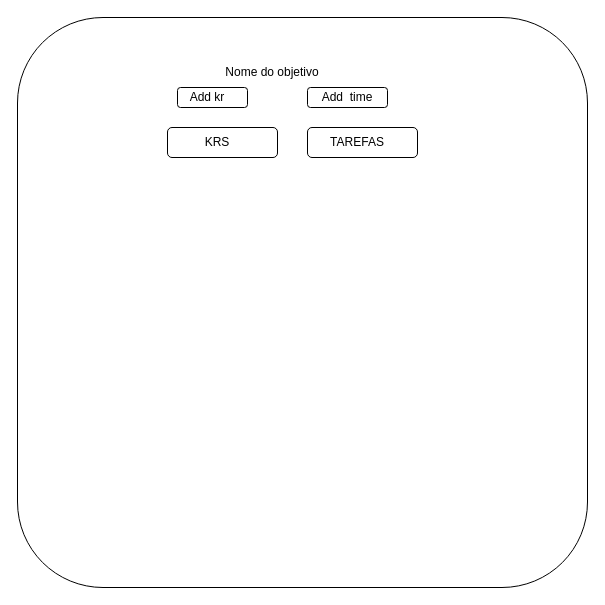
Earlier version of the draw.io diagram page "Página-3" (3 of 3) of docs/modelagem.drawio (Nurv-Holding/beehive). Source tidied: cells renumbered, new cells numbered last; positions are measured from the earlier drawing's top-left corner, leaving out a move shared by most shapes. Both pictures are drawn from the tidied source at 100%, with x=0, y=0 at pixel (17, 17).
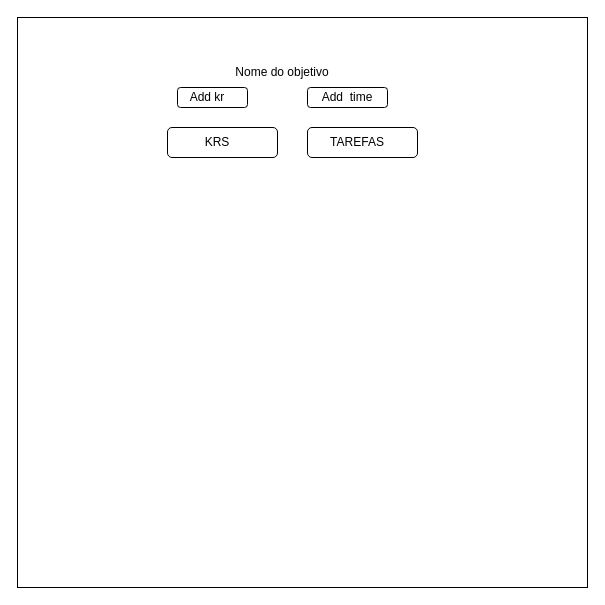
After the change.

Diff of the diagram source:
```diff
@@
 <mxGraphModel>
   <root>
     <mxCell id="0" />
     <mxCell id="1" parent="0" />
-    <mxCell id="2" style="whiteSpace=wrap;html=1;rounded=1;" parent="1" vertex="1">
+    <mxCell id="2" style="whiteSpace=wrap;html=1;rounded=0;fillColor=default;gradientColor=none;shadow=0;sketch=0;glass=0;" parent="1" vertex="1">
       <mxGeometry width="570" height="570" as="geometry" />
     </mxCell>
     <mxCell id="3" value="Nome do objetivo" style="text;html=1;strokeColor=none;fillColor=none;align=center;verticalAlign=middle;whiteSpace=wrap;rounded=0;" parent="1" vertex="1">
-      <mxGeometry x="160" y="40" width="190" height="30" as="geometry" />
+      <mxGeometry x="170" y="40" width="190" height="30" as="geometry" />
     </mxCell>
     <mxCell id="4" style="rounded=1;whiteSpace=wrap;html=1;" parent="1" vertex="1">
       <mxGeometry x="160" y="70" width="70" height="20" as="geometry" />
     </mxCell>
     <mxCell id="5" style="rounded=1;whiteSpace=wrap;html=1;" parent="1" vertex="1">
       <mxGeometry x="290" y="70" width="80" height="20" as="geometry" />
     </mxCell>
     <mxCell id="6" value="Add kr" style="text;html=1;strokeColor=none;fillColor=none;align=center;verticalAlign=middle;whiteSpace=wrap;rounded=0;" parent="1" vertex="1">
       <mxGeometry x="160" y="65" width="60" height="30" as="geometry" />
     </mxCell>
     <mxCell id="7" value="Add&amp;nbsp; time" style="text;html=1;strokeColor=none;fillColor=none;align=center;verticalAlign=middle;whiteSpace=wrap;rounded=0;" parent="1" vertex="1">
       <mxGeometry x="300" y="65" width="60" height="30" as="geometry" />
     </mxCell>
     <mxCell id="8" style="rounded=1;whiteSpace=wrap;html=1;" parent="1" vertex="1">
       <mxGeometry x="150" y="110" width="110" height="30" as="geometry" />
     </mxCell>
     <mxCell id="9" style="rounded=1;whiteSpace=wrap;html=1;" parent="1" vertex="1">
       <mxGeometry x="290" y="110" width="110" height="30" as="geometry" />
     </mxCell>
     <mxCell id="10" value="KRS" style="text;html=1;strokeColor=none;fillColor=none;align=center;verticalAlign=middle;whiteSpace=wrap;rounded=0;" parent="1" vertex="1">
       <mxGeometry x="170" y="110" width="60" height="30" as="geometry" />
     </mxCell>
     <mxCell id="11" value="TAREFAS" style="text;html=1;strokeColor=none;fillColor=none;align=center;verticalAlign=middle;whiteSpace=wrap;rounded=0;" parent="1" vertex="1">
       <mxGeometry x="310" y="110" width="60" height="30" as="geometry" />
     </mxCell>
   </root>
 </mxGraphModel>
```
